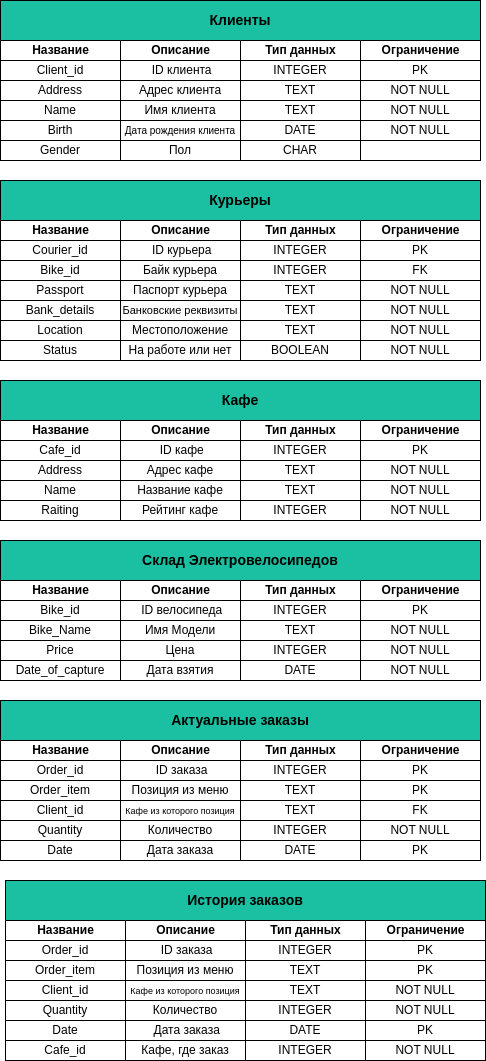
Earlier version of the draw.io export Delivery_DB_Project/Physic_Model/Physic_Model.png (fl4cko11/Data_Bases_MIPT). Source tidied: cells renumbered, new cells last; positions are measured from the earlier drawing's top-left corner, leaving out a move shared by most shapes.
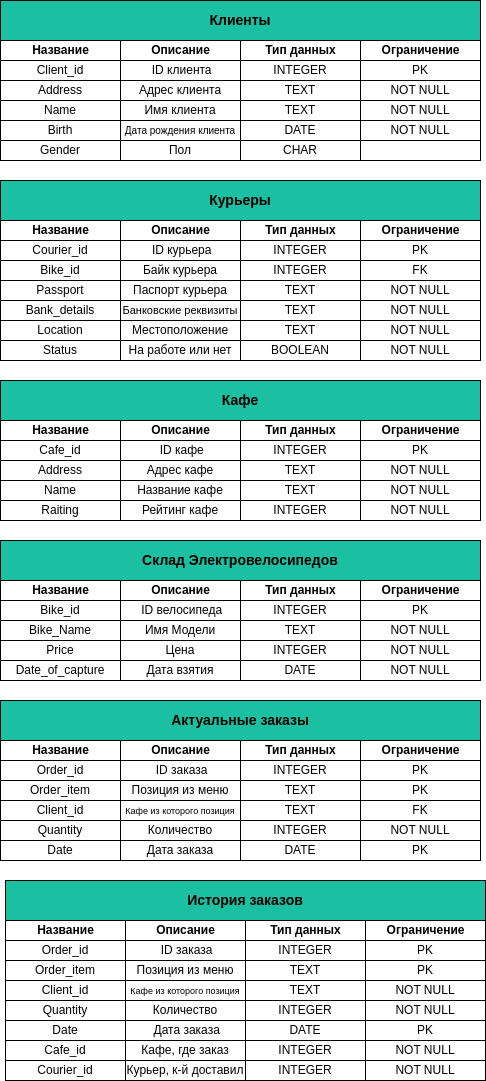
Later version of the same file.

The edit, as a diff of the source:
```diff
@@ -452,5 +452,17 @@
     <mxCell id="151" value="NOT NULL" style="html=1;whiteSpace=wrap;" parent="1" vertex="1">
       <mxGeometry x="365" y="1040" width="120" height="20" as="geometry" />
     </mxCell>
+    <mxCell id="152" value="Courier_id" style="html=1;whiteSpace=wrap;" parent="1" vertex="1">
+      <mxGeometry x="5" y="1060" width="120" height="20" as="geometry" />
+    </mxCell>
+    <mxCell id="153" value="Курьер, к-й доставил" style="html=1;whiteSpace=wrap;" parent="1" vertex="1">
+      <mxGeometry x="125" y="1060" width="120" height="20" as="geometry" />
+    </mxCell>
+    <mxCell id="154" value="INTEGER" style="html=1;whiteSpace=wrap;" parent="1" vertex="1">
+      <mxGeometry x="245" y="1060" width="120" height="20" as="geometry" />
+    </mxCell>
+    <mxCell id="155" value="NOT NULL" style="html=1;whiteSpace=wrap;" parent="1" vertex="1">
+      <mxGeometry x="365" y="1060" width="120" height="20" as="geometry" />
+    </mxCell>
   </root>
 </mxGraphModel>
```
